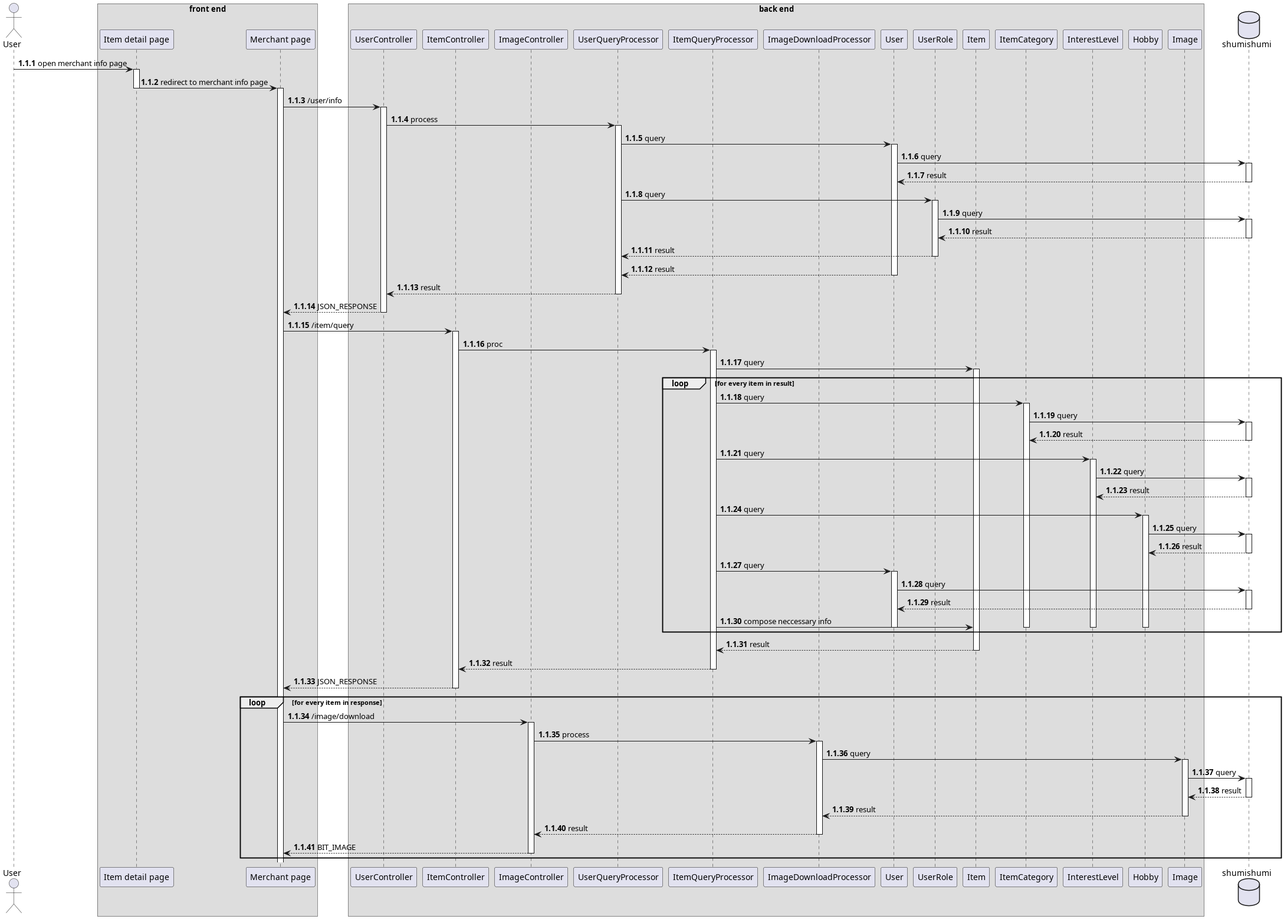
Before: thesis/latex/diagram/sequence diagram/11.view merchant page/view merchant page.png, a diagram exported from PlantUML (aldihsuhandi/skripsi-2023). The source it was exported from:
```plantuml
@startuml view merchant page
autonumber 1.1.1

actor User as u

box "front end"
participant "Item detail page" as detail
participant "Merchant page" as merchant
end box

box "back end"
participant UserController as uc
participant ItemController as ic
participant ImageController as imc

participant UserQueryProcessor as userproc
participant ItemQueryProcessor as itemproc
participant ImageDownloadProcessor as downproc

participant User as um
participant UserRole as urm

participant Item as im
participant ItemCategory as icm
participant InterestLevel as ilm
participant Hobby as hm

participant Image as img
end box

database shumishumi as db

u -> detail++ : open merchant info page
detail -> merchant --++ : redirect to merchant info page

merchant -> uc++ : /user/info
uc -> userproc++ : process
userproc -> um++ : query
um -> db++ : query
return result

userproc -> urm++ : query
urm -> db++ : query
return result
return result
return result
return result
return JSON_RESPONSE

merchant -> ic++ : /item/query
ic -> itemproc++ : proc

itemproc -> im++ : query
loop for every item in result
itemproc -> icm++ : query
icm -> db++: query
return result

itemproc -> ilm++ : query
ilm -> db++: query
return result

itemproc -> hm++ : query
hm -> db++: query
return result
itemproc -> um++ : query
um -> db++: query
return result

itemproc -> im : compose neccessary info
deactivate um
deactivate icm
deactivate ilm
deactivate hm
end

return result
return result
return JSON_RESPONSE

loop for every item in response
    merchant -> imc++ : /image/download
    imc -> downproc++ : process
    downproc -> img++ : query
    img -> db++ : query
    return result
    return result
    return result
    return BIT_IMAGE
end

@enduml
```
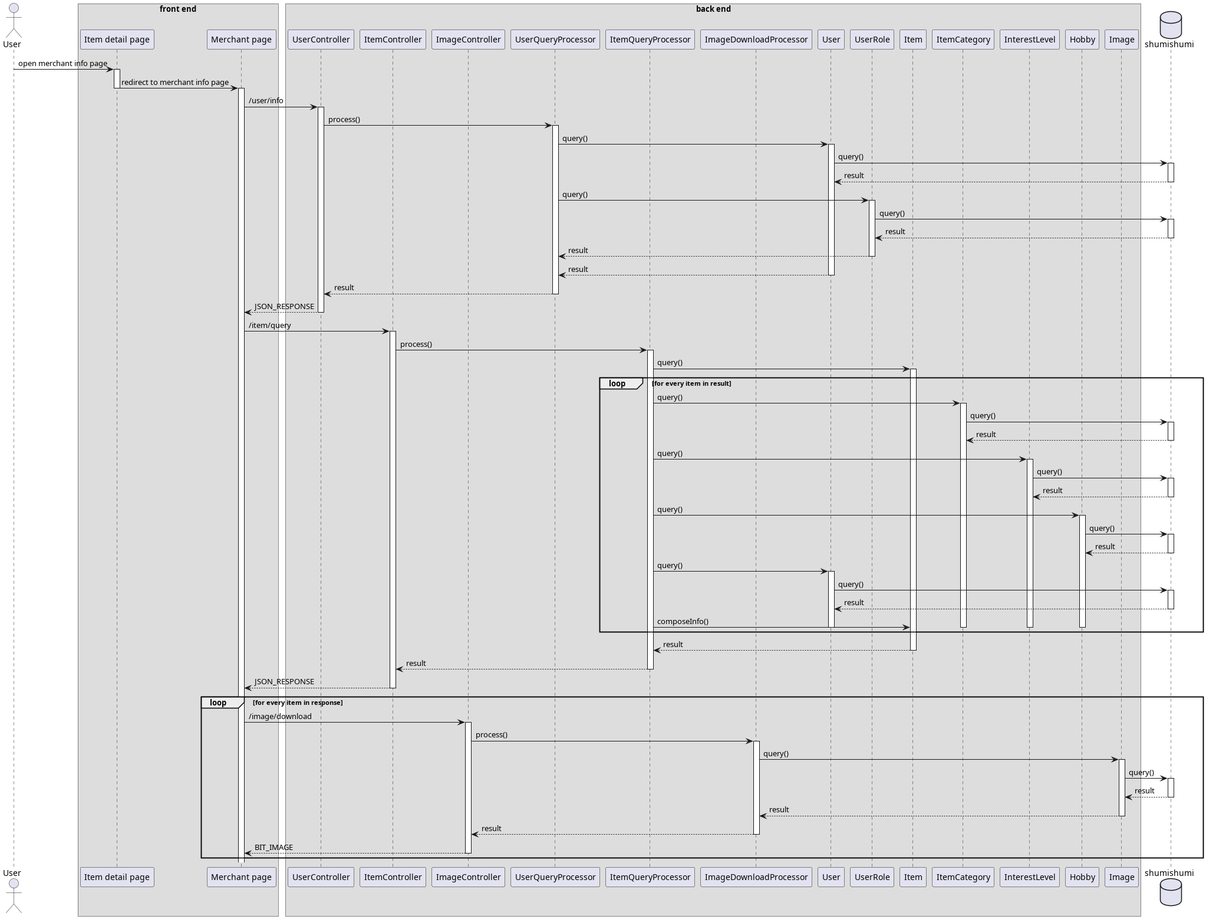
Above is the later version.

The edit, as a diff of the source:
```diff
@@ -1,5 +1,4 @@
 @startuml view merchant page
-autonumber 1.1.1
 
 actor User as u
 
@@ -34,13 +33,13 @@
 detail -> merchant --++ : redirect to merchant info page
 
 merchant -> uc++ : /user/info
-uc -> userproc++ : process
-userproc -> um++ : query
-um -> db++ : query
+uc -> userproc++ : process()
+userproc -> um++ : query()
+um -> db++ : query()
 return result
 
-userproc -> urm++ : query
-urm -> db++ : query
+userproc -> urm++ : query()
+urm -> db++ : query()
 return result
 return result
 return result
@@ -48,26 +47,26 @@
 return JSON_RESPONSE
 
 merchant -> ic++ : /item/query
-ic -> itemproc++ : proc
+ic -> itemproc++ : process()
 
-itemproc -> im++ : query
+itemproc -> im++ : query()
 loop for every item in result
-itemproc -> icm++ : query
-icm -> db++: query
+itemproc -> icm++ : query()
+icm -> db++: query()
 return result
 
-itemproc -> ilm++ : query
-ilm -> db++: query
+itemproc -> ilm++ : query()
+ilm -> db++: query()
 return result
 
-itemproc -> hm++ : query
-hm -> db++: query
+itemproc -> hm++ : query()
+hm -> db++: query()
 return result
-itemproc -> um++ : query
-um -> db++: query
+itemproc -> um++ : query()
+um -> db++: query()
 return result
 
-itemproc -> im : compose neccessary info
+itemproc -> im : composeInfo()
 deactivate um
 deactivate icm
 deactivate ilm
@@ -80,9 +79,9 @@
 
 loop for every item in response
     merchant -> imc++ : /image/download
-    imc -> downproc++ : process
-    downproc -> img++ : query
-    img -> db++ : query
+    imc -> downproc++ : process()
+    downproc -> img++ : query()
+    img -> db++ : query()
     return result
     return result
     return result
```
